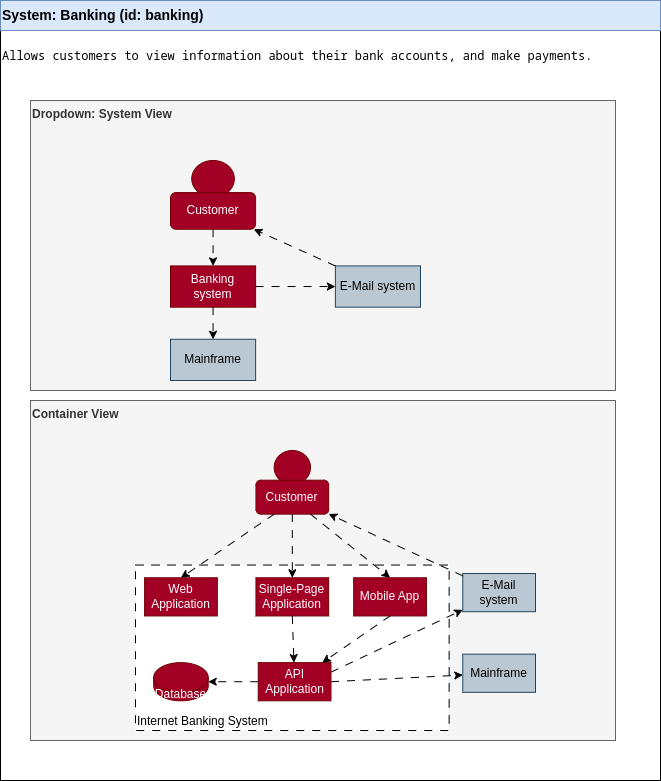
Earlier version of the draw.io export need_system_banking.drawio.png (useblocks/sphinx-c4). Source tidied: cells renumbered, new cells last; positions are measured from the earlier drawing's top-left corner, leaving out a move shared by most shapes. Its diagram source:
```xml
<mxGraphModel>
  <root>
    <mxCell id="0" />
    <mxCell id="1" parent="0" />
    <mxCell id="2" value="&lt;pre&gt;Allows customers to view information about their bank accounts, and make payments.&lt;/pre&gt;" style="rounded=0;whiteSpace=wrap;html=1;align=left;verticalAlign=top;" parent="1" vertex="1">
      <mxGeometry y="30" width="660" height="750" as="geometry" />
    </mxCell>
    <mxCell id="3" value="Container View" style="rounded=0;whiteSpace=wrap;html=1;align=left;fillColor=#f5f5f5;fontColor=#333333;strokeColor=#666666;verticalAlign=top;fontStyle=1;" parent="1" vertex="1">
      <mxGeometry x="30" y="400" width="585" height="340" as="geometry" />
    </mxCell>
    <mxCell id="4" style="group;" parent="1" vertex="1">
      <mxGeometry x="135" y="450" width="400" height="280" as="geometry" />
    </mxCell>
    <mxCell id="5" value="Internet Banking System" style="rounded=0;whiteSpace=wrap;html=1;dashed=1;dashPattern=8 8;align=left;verticalAlign=bottom;" parent="4" vertex="1">
      <mxGeometry y="114.5" width="313.6" height="165.5" as="geometry" />
    </mxCell>
    <mxCell id="6" style="ellipse;whiteSpace=wrap;html=1;fillColor=#a20025;fontColor=#ffffff;strokeColor=#6F0000;" parent="4" vertex="1">
      <mxGeometry x="138.6" width="36.4" height="33.9" as="geometry" />
    </mxCell>
    <mxCell id="7" value="E-Mail system" style="rounded=0;whiteSpace=wrap;html=1;fillColor=#bac8d3;strokeColor=#23445d;" parent="4" vertex="1">
      <mxGeometry x="327.3" y="123" width="72.7" height="38.2" as="geometry" />
    </mxCell>
    <mxCell id="8" value="Mainframe" style="rounded=0;whiteSpace=wrap;html=1;fillColor=#bac8d3;strokeColor=#23445d;" parent="4" vertex="1">
      <mxGeometry x="327.3" y="203.6" width="72.7" height="38.2" as="geometry" />
    </mxCell>
    <mxCell id="9" value="Customer" style="rounded=1;whiteSpace=wrap;html=1;fillColor=#a20025;fontColor=#ffffff;strokeColor=#6F0000;" parent="4" vertex="1">
      <mxGeometry x="120.5" y="29.7" width="72.7" height="33.9" as="geometry" />
    </mxCell>
    <mxCell id="10" style="edgeStyle=none;html=1;dashed=1;dashPattern=8 8;" parent="4" edge="1" source="7" target="9">
      <mxGeometry relative="1" as="geometry" />
    </mxCell>
    <mxCell id="11" value="Web Application" style="rounded=0;whiteSpace=wrap;html=1;fillColor=#a20025;fontColor=#ffffff;strokeColor=#6F0000;" parent="4" vertex="1">
      <mxGeometry x="9.1" y="127.3" width="72.7" height="38.2" as="geometry" />
    </mxCell>
    <mxCell id="12" style="edgeStyle=none;html=1;exitX=0.25;exitY=1;exitDx=0;exitDy=0;entryX=0.5;entryY=0;entryDx=0;entryDy=0;dashed=1;dashPattern=8 8;" parent="4" edge="1" source="9" target="11">
      <mxGeometry relative="1" as="geometry" />
    </mxCell>
    <mxCell id="13" value="Single-Page Application" style="rounded=0;whiteSpace=wrap;html=1;fillColor=#a20025;fontColor=#ffffff;strokeColor=#6F0000;" parent="4" vertex="1">
      <mxGeometry x="120.5" y="127.3" width="72.7" height="38.2" as="geometry" />
    </mxCell>
    <mxCell id="14" style="edgeStyle=none;html=1;exitX=0.5;exitY=1;exitDx=0;exitDy=0;entryX=0.5;entryY=0;entryDx=0;entryDy=0;dashed=1;dashPattern=8 8;" parent="4" edge="1" source="9" target="13">
      <mxGeometry relative="1" as="geometry" />
    </mxCell>
    <mxCell id="15" value="Mobile App" style="rounded=0;whiteSpace=wrap;html=1;fillColor=#a20025;fontColor=#ffffff;strokeColor=#6F0000;" parent="4" vertex="1">
      <mxGeometry x="218.2" y="127.3" width="72.7" height="38.2" as="geometry" />
    </mxCell>
    <mxCell id="16" style="edgeStyle=none;html=1;exitX=0.75;exitY=1;exitDx=0;exitDy=0;entryX=0.5;entryY=0;entryDx=0;entryDy=0;dashed=1;dashPattern=8 8;" parent="4" edge="1" source="9" target="15">
      <mxGeometry relative="1" as="geometry" />
    </mxCell>
    <mxCell id="17" style="edgeStyle=none;html=1;exitX=1;exitY=0.25;exitDx=0;exitDy=0;dashed=1;dashPattern=8 8;" parent="4" edge="1" source="19" target="7">
      <mxGeometry relative="1" as="geometry" />
    </mxCell>
    <mxCell id="18" style="edgeStyle=none;html=1;exitX=1;exitY=0.5;exitDx=0;exitDy=0;dashed=1;dashPattern=8 8;" parent="4" edge="1" source="19" target="8">
      <mxGeometry relative="1" as="geometry" />
    </mxCell>
    <mxCell id="19" value="API Application" style="rounded=0;whiteSpace=wrap;html=1;fillColor=#a20025;fontColor=#ffffff;strokeColor=#6F0000;" parent="4" vertex="1">
      <mxGeometry x="122.7" y="212.1" width="72.7" height="38.2" as="geometry" />
    </mxCell>
    <mxCell id="20" style="edgeStyle=none;html=1;exitX=0.5;exitY=1;exitDx=0;exitDy=0;dashed=1;dashPattern=8 8;" parent="4" edge="1" source="13" target="19">
      <mxGeometry relative="1" as="geometry" />
    </mxCell>
    <mxCell id="21" style="edgeStyle=none;html=1;exitX=0.5;exitY=1;exitDx=0;exitDy=0;dashed=1;dashPattern=8 8;" parent="4" edge="1" source="15" target="19">
      <mxGeometry relative="1" as="geometry" />
    </mxCell>
    <mxCell id="22" value="Database" style="shape=cylinder3;whiteSpace=wrap;html=1;boundedLbl=1;backgroundOutline=1;size=15;fillColor=#a20025;fontColor=#ffffff;strokeColor=#6F0000;" parent="4" vertex="1">
      <mxGeometry x="18.2" y="212.1" width="54.5" height="38.2" as="geometry" />
    </mxCell>
    <mxCell id="23" style="edgeStyle=none;html=1;dashed=1;dashPattern=8 8;" parent="4" edge="1" source="19" target="22">
      <mxGeometry relative="1" as="geometry" />
    </mxCell>
    <mxCell id="24" value="System: Banking (id: banking)" style="rounded=0;whiteSpace=wrap;html=1;align=left;fontStyle=1;fontSize=14;fillColor=#dae8fc;strokeColor=#6c8ebf;" parent="1" vertex="1">
      <mxGeometry width="660" height="30" as="geometry" />
    </mxCell>
    <mxCell id="25" value="Dropdown: System View" style="rounded=0;whiteSpace=wrap;html=1;align=left;verticalAlign=top;fillColor=#f5f5f5;fontColor=#333333;strokeColor=#666666;fontStyle=1;" parent="1" vertex="1">
      <mxGeometry x="30" y="100" width="585" height="290" as="geometry" />
    </mxCell>
    <mxCell id="26" style="group;" parent="1" vertex="1">
      <mxGeometry x="170" y="160" width="250" height="220" as="geometry" />
    </mxCell>
    <mxCell id="27" style="ellipse;whiteSpace=wrap;html=1;fillColor=#a20025;fontColor=#ffffff;strokeColor=#6F0000;" parent="26" vertex="1">
      <mxGeometry x="21.3" width="42.6" height="36.7" as="geometry" />
    </mxCell>
    <mxCell id="28" value="Banking system" style="rounded=0;whiteSpace=wrap;html=1;fillColor=#a20025;fontColor=#ffffff;strokeColor=#6F0000;" parent="26" vertex="1">
      <mxGeometry y="105.4" width="85.1" height="41.2" as="geometry" />
    </mxCell>
    <mxCell id="29" value="E-Mail system" style="rounded=0;whiteSpace=wrap;html=1;fillColor=#bac8d3;strokeColor=#23445d;" parent="26" vertex="1">
      <mxGeometry x="164.9" y="105.4" width="85.1" height="41.2" as="geometry" />
    </mxCell>
    <mxCell id="30" style="edgeStyle=none;html=1;exitX=1;exitY=0.5;exitDx=0;exitDy=0;dashed=1;dashPattern=8 8;" parent="26" edge="1" source="28" target="29">
      <mxGeometry relative="1" as="geometry" />
    </mxCell>
    <mxCell id="31" value="Mainframe" style="rounded=0;whiteSpace=wrap;html=1;fillColor=#bac8d3;strokeColor=#23445d;" parent="26" vertex="1">
      <mxGeometry y="178.8" width="85.1" height="41.2" as="geometry" />
    </mxCell>
    <mxCell id="32" style="edgeStyle=none;html=1;exitX=0.5;exitY=1;exitDx=0;exitDy=0;dashed=1;dashPattern=8 8;" parent="26" edge="1" source="28" target="31">
      <mxGeometry relative="1" as="geometry" />
    </mxCell>
    <mxCell id="33" style="edgeStyle=none;html=1;exitX=0.5;exitY=1;exitDx=0;exitDy=0;entryX=0.5;entryY=0;entryDx=0;entryDy=0;dashed=1;dashPattern=8 8;" parent="26" edge="1" source="34" target="28">
      <mxGeometry relative="1" as="geometry" />
    </mxCell>
    <mxCell id="34" value="Customer" style="rounded=1;whiteSpace=wrap;html=1;fillColor=#a20025;fontColor=#ffffff;strokeColor=#6F0000;" parent="26" vertex="1">
      <mxGeometry y="32.1" width="85.1" height="36.7" as="geometry" />
    </mxCell>
    <mxCell id="35" style="edgeStyle=none;html=1;exitX=0;exitY=0;exitDx=0;exitDy=0;dashed=1;dashPattern=8 8;" parent="26" edge="1" source="29" target="34">
      <mxGeometry relative="1" as="geometry" />
    </mxCell>
  </root>
</mxGraphModel>
```
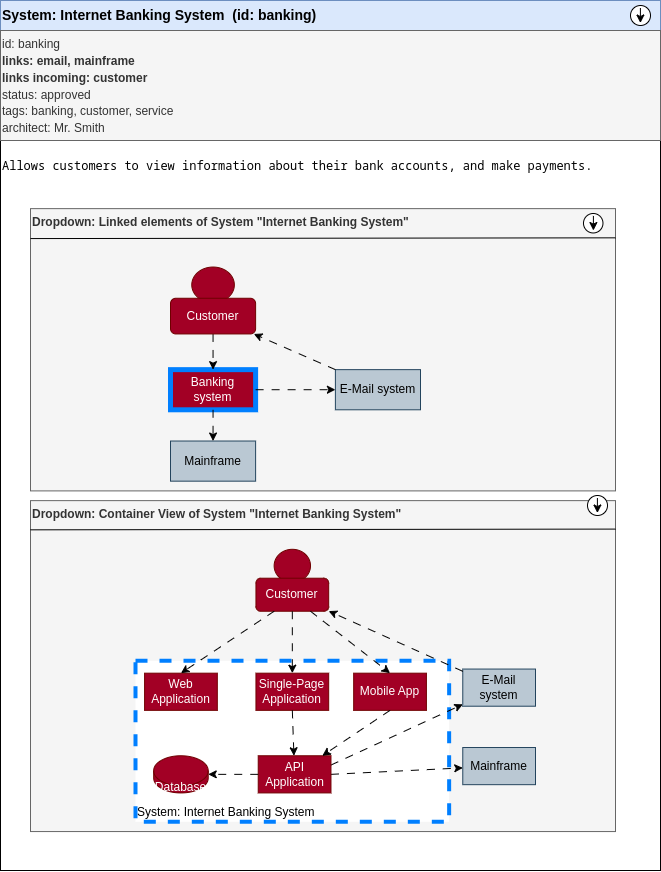
Above is the later version.

Commit message:
container added and challenges

Change to the diagram source:
```diff
@@ -2,47 +2,53 @@
   <root>
     <mxCell id="0" />
     <mxCell id="1" parent="0" />
+    <mxCell id="24" value="System: Internet Banking System&amp;nbsp; (id: banking)" style="rounded=0;whiteSpace=wrap;html=1;align=left;fontStyle=1;fontSize=14;fillColor=#dae8fc;strokeColor=#6c8ebf;" parent="1" vertex="1">
+      <mxGeometry width="660" height="30" as="geometry" />
+    </mxCell>
+    <mxCell id="36" style="group;" parent="1" vertex="1">
+      <mxGeometry y="140" width="660" height="730" as="geometry" />
+    </mxCell>
-    <mxCell id="2" value="&lt;pre&gt;Allows customers to view information about their bank accounts, and make payments.&lt;/pre&gt;" style="rounded=0;whiteSpace=wrap;html=1;align=left;verticalAlign=top;" parent="1" vertex="1">
-      <mxGeometry y="30" width="660" height="750" as="geometry" />
+    <mxCell id="2" value="&lt;pre&gt;Allows customers to view information about their bank accounts, and make payments.&lt;/pre&gt;" style="rounded=0;whiteSpace=wrap;html=1;align=left;verticalAlign=top;" parent="36" vertex="1">
+      <mxGeometry width="660" height="730" as="geometry" />
     </mxCell>
-    <mxCell id="3" value="Container View" style="rounded=0;whiteSpace=wrap;html=1;align=left;fillColor=#f5f5f5;fontColor=#333333;strokeColor=#666666;verticalAlign=top;fontStyle=1;" parent="1" vertex="1">
-      <mxGeometry x="30" y="400" width="585" height="340" as="geometry" />
+    <mxCell id="3" value="Dropdown: Container View of System &quot;Internet Banking System&quot;" style="rounded=0;whiteSpace=wrap;html=1;align=left;fillColor=#f5f5f5;fontColor=#333333;strokeColor=#666666;verticalAlign=top;fontStyle=1;" parent="36" vertex="1">
+      <mxGeometry x="30" y="360.1" width="585" height="330.9" as="geometry" />
     </mxCell>
-    <mxCell id="4" style="group;" parent="1" vertex="1">
-      <mxGeometry x="135" y="450" width="400" height="280" as="geometry" />
+    <mxCell id="4" style="group;" parent="36" vertex="1">
+      <mxGeometry x="135" y="408.8" width="400" height="272.5" as="geometry" />
     </mxCell>
-    <mxCell id="5" value="Internet Banking System" style="rounded=0;whiteSpace=wrap;html=1;dashed=1;dashPattern=8 8;align=left;verticalAlign=bottom;" parent="4" vertex="1">
-      <mxGeometry y="114.5" width="313.6" height="165.5" as="geometry" />
+    <mxCell id="5" value="System: Internet Banking System" style="rounded=0;whiteSpace=wrap;html=1;dashed=1;align=left;verticalAlign=bottom;strokeColor=#007FFF;strokeWidth=4;" parent="4" vertex="1">
+      <mxGeometry y="111.5" width="313.6" height="161" as="geometry" />
     </mxCell>
     <mxCell id="6" style="ellipse;whiteSpace=wrap;html=1;fillColor=#a20025;fontColor=#ffffff;strokeColor=#6F0000;" parent="4" vertex="1">
-      <mxGeometry x="138.6" width="36.4" height="33.9" as="geometry" />
+      <mxGeometry x="138.6" width="36.4" height="33" as="geometry" />
     </mxCell>
     <mxCell id="7" value="E-Mail system" style="rounded=0;whiteSpace=wrap;html=1;fillColor=#bac8d3;strokeColor=#23445d;" parent="4" vertex="1">
-      <mxGeometry x="327.3" y="123" width="72.7" height="38.2" as="geometry" />
+      <mxGeometry x="327.3" y="119.7" width="72.7" height="37.2" as="geometry" />
     </mxCell>
     <mxCell id="8" value="Mainframe" style="rounded=0;whiteSpace=wrap;html=1;fillColor=#bac8d3;strokeColor=#23445d;" parent="4" vertex="1">
-      <mxGeometry x="327.3" y="203.6" width="72.7" height="38.2" as="geometry" />
+      <mxGeometry x="327.3" y="198.2" width="72.7" height="37.2" as="geometry" />
     </mxCell>
     <mxCell id="9" value="Customer" style="rounded=1;whiteSpace=wrap;html=1;fillColor=#a20025;fontColor=#ffffff;strokeColor=#6F0000;" parent="4" vertex="1">
-      <mxGeometry x="120.5" y="29.7" width="72.7" height="33.9" as="geometry" />
+      <mxGeometry x="120.5" y="28.9" width="72.7" height="33" as="geometry" />
     </mxCell>
     <mxCell id="10" style="edgeStyle=none;html=1;dashed=1;dashPattern=8 8;" parent="4" edge="1" source="7" target="9">
       <mxGeometry relative="1" as="geometry" />
     </mxCell>
     <mxCell id="11" value="Web Application" style="rounded=0;whiteSpace=wrap;html=1;fillColor=#a20025;fontColor=#ffffff;strokeColor=#6F0000;" parent="4" vertex="1">
-      <mxGeometry x="9.1" y="127.3" width="72.7" height="38.2" as="geometry" />
+      <mxGeometry x="9.1" y="123.9" width="72.7" height="37.2" as="geometry" />
     </mxCell>
     <mxCell id="12" style="edgeStyle=none;html=1;exitX=0.25;exitY=1;exitDx=0;exitDy=0;entryX=0.5;entryY=0;entryDx=0;entryDy=0;dashed=1;dashPattern=8 8;" parent="4" edge="1" source="9" target="11">
       <mxGeometry relative="1" as="geometry" />
     </mxCell>
     <mxCell id="13" value="Single-Page Application" style="rounded=0;whiteSpace=wrap;html=1;fillColor=#a20025;fontColor=#ffffff;strokeColor=#6F0000;" parent="4" vertex="1">
-      <mxGeometry x="120.5" y="127.3" width="72.7" height="38.2" as="geometry" />
+      <mxGeometry x="120.5" y="123.9" width="72.7" height="37.2" as="geometry" />
     </mxCell>
     <mxCell id="14" style="edgeStyle=none;html=1;exitX=0.5;exitY=1;exitDx=0;exitDy=0;entryX=0.5;entryY=0;entryDx=0;entryDy=0;dashed=1;dashPattern=8 8;" parent="4" edge="1" source="9" target="13">
       <mxGeometry relative="1" as="geometry" />
     </mxCell>
     <mxCell id="15" value="Mobile App" style="rounded=0;whiteSpace=wrap;html=1;fillColor=#a20025;fontColor=#ffffff;strokeColor=#6F0000;" parent="4" vertex="1">
-      <mxGeometry x="218.2" y="127.3" width="72.7" height="38.2" as="geometry" />
+      <mxGeometry x="218.2" y="123.9" width="72.7" height="37.2" as="geometry" />
     </mxCell>
     <mxCell id="16" style="edgeStyle=none;html=1;exitX=0.75;exitY=1;exitDx=0;exitDy=0;entryX=0.5;entryY=0;entryDx=0;entryDy=0;dashed=1;dashPattern=8 8;" parent="4" edge="1" source="9" target="15">
       <mxGeometry relative="1" as="geometry" />
@@ -54,7 +60,7 @@
       <mxGeometry relative="1" as="geometry" />
     </mxCell>
     <mxCell id="19" value="API Application" style="rounded=0;whiteSpace=wrap;html=1;fillColor=#a20025;fontColor=#ffffff;strokeColor=#6F0000;" parent="4" vertex="1">
-      <mxGeometry x="122.7" y="212.1" width="72.7" height="38.2" as="geometry" />
+      <mxGeometry x="122.7" y="206.5" width="72.7" height="37.2" as="geometry" />
     </mxCell>
     <mxCell id="20" style="edgeStyle=none;html=1;exitX=0.5;exitY=1;exitDx=0;exitDy=0;dashed=1;dashPattern=8 8;" parent="4" edge="1" source="13" target="19">
       <mxGeometry relative="1" as="geometry" />
@@ -63,34 +69,31 @@
       <mxGeometry relative="1" as="geometry" />
     </mxCell>
     <mxCell id="22" value="Database" style="shape=cylinder3;whiteSpace=wrap;html=1;boundedLbl=1;backgroundOutline=1;size=15;fillColor=#a20025;fontColor=#ffffff;strokeColor=#6F0000;" parent="4" vertex="1">
-      <mxGeometry x="18.2" y="212.1" width="54.5" height="38.2" as="geometry" />
+      <mxGeometry x="18.2" y="206.5" width="54.5" height="37.2" as="geometry" />
     </mxCell>
     <mxCell id="23" style="edgeStyle=none;html=1;dashed=1;dashPattern=8 8;" parent="4" edge="1" source="19" target="22">
       <mxGeometry relative="1" as="geometry" />
     </mxCell>
-    <mxCell id="24" value="System: Banking (id: banking)" style="rounded=0;whiteSpace=wrap;html=1;align=left;fontStyle=1;fontSize=14;fillColor=#dae8fc;strokeColor=#6c8ebf;" parent="1" vertex="1">
-      <mxGeometry width="660" height="30" as="geometry" />
-    </mxCell>
-    <mxCell id="25" value="Dropdown: System View" style="rounded=0;whiteSpace=wrap;html=1;align=left;verticalAlign=top;fillColor=#f5f5f5;fontColor=#333333;strokeColor=#666666;fontStyle=1;" parent="1" vertex="1">
-      <mxGeometry x="30" y="100" width="585" height="290" as="geometry" />
+    <mxCell id="25" value="Dropdown: Linked elements of System &quot;Internet Banking System&quot;" style="rounded=0;whiteSpace=wrap;html=1;align=left;verticalAlign=top;fillColor=#f5f5f5;fontColor=#333333;strokeColor=#666666;fontStyle=1;" parent="36" vertex="1">
+      <mxGeometry x="30" y="68.1" width="585" height="282.3" as="geometry" />
     </mxCell>
-    <mxCell id="26" style="group;" parent="1" vertex="1">
-      <mxGeometry x="170" y="160" width="250" height="220" as="geometry" />
+    <mxCell id="26" style="group;" parent="36" vertex="1">
+      <mxGeometry x="170" y="126.5" width="250" height="214.1" as="geometry" />
     </mxCell>
     <mxCell id="27" style="ellipse;whiteSpace=wrap;html=1;fillColor=#a20025;fontColor=#ffffff;strokeColor=#6F0000;" parent="26" vertex="1">
-      <mxGeometry x="21.3" width="42.6" height="36.7" as="geometry" />
+      <mxGeometry x="21.3" width="42.6" height="35.7" as="geometry" />
     </mxCell>
-    <mxCell id="28" value="Banking system" style="rounded=0;whiteSpace=wrap;html=1;fillColor=#a20025;fontColor=#ffffff;strokeColor=#6F0000;" parent="26" vertex="1">
-      <mxGeometry y="105.4" width="85.1" height="41.2" as="geometry" />
+    <mxCell id="28" value="Banking system" style="rounded=0;whiteSpace=wrap;html=1;fillColor=#a20025;fontColor=#ffffff;strokeColor=#007FFF;strokeWidth=5;" parent="26" vertex="1">
+      <mxGeometry y="102.6" width="85.1" height="40.1" as="geometry" />
     </mxCell>
     <mxCell id="29" value="E-Mail system" style="rounded=0;whiteSpace=wrap;html=1;fillColor=#bac8d3;strokeColor=#23445d;" parent="26" vertex="1">
-      <mxGeometry x="164.9" y="105.4" width="85.1" height="41.2" as="geometry" />
+      <mxGeometry x="164.9" y="102.6" width="85.1" height="40.1" as="geometry" />
     </mxCell>
     <mxCell id="30" style="edgeStyle=none;html=1;exitX=1;exitY=0.5;exitDx=0;exitDy=0;dashed=1;dashPattern=8 8;" parent="26" edge="1" source="28" target="29">
       <mxGeometry relative="1" as="geometry" />
     </mxCell>
     <mxCell id="31" value="Mainframe" style="rounded=0;whiteSpace=wrap;html=1;fillColor=#bac8d3;strokeColor=#23445d;" parent="26" vertex="1">
-      <mxGeometry y="178.8" width="85.1" height="41.2" as="geometry" />
+      <mxGeometry y="174" width="85.1" height="40.1" as="geometry" />
     </mxCell>
     <mxCell id="32" style="edgeStyle=none;html=1;exitX=0.5;exitY=1;exitDx=0;exitDy=0;dashed=1;dashPattern=8 8;" parent="26" edge="1" source="28" target="31">
       <mxGeometry relative="1" as="geometry" />
@@ -99,10 +102,60 @@
       <mxGeometry relative="1" as="geometry" />
     </mxCell>
     <mxCell id="34" value="Customer" style="rounded=1;whiteSpace=wrap;html=1;fillColor=#a20025;fontColor=#ffffff;strokeColor=#6F0000;" parent="26" vertex="1">
-      <mxGeometry y="32.1" width="85.1" height="36.7" as="geometry" />
+      <mxGeometry y="31.2" width="85.1" height="35.7" as="geometry" />
     </mxCell>
     <mxCell id="35" style="edgeStyle=none;html=1;exitX=0;exitY=0;exitDx=0;exitDy=0;dashed=1;dashPattern=8 8;" parent="26" edge="1" source="29" target="34">
       <mxGeometry relative="1" as="geometry" />
     </mxCell>
+    <mxCell id="37" style="endArrow=none;html=1;fontSize=12;entryX=1;entryY=0.086;entryDx=0;entryDy=0;entryPerimeter=0;" parent="36" edge="1" target="3">
+      <mxGeometry relative="1" as="geometry">
+        <mxPoint x="30" y="389.3" as="sourcePoint" />
+      </mxGeometry>
+    </mxCell>
+    <mxCell id="38" style="endArrow=none;html=1;fontSize=12;entryX=1;entryY=0.086;entryDx=0;entryDy=0;entryPerimeter=0;" parent="36" edge="1">
+      <mxGeometry relative="1" as="geometry">
+        <mxPoint x="30" y="98.1" as="sourcePoint" />
+        <mxPoint x="615" y="97.3" as="targetPoint" />
+      </mxGeometry>
+    </mxCell>
+    <mxCell id="39" style="group;" parent="36" vertex="1">
+      <mxGeometry x="583" y="73" width="20" height="19.5" as="geometry" />
+    </mxCell>
+    <mxCell id="40" style="ellipse;whiteSpace=wrap;html=1;fontSize=12;" parent="39" vertex="1">
+      <mxGeometry width="19.5" height="19.5" as="geometry" />
+    </mxCell>
+    <mxCell id="41" style="endArrow=classic;html=1;fontSize=12;" parent="39" edge="1">
+      <mxGeometry relative="1" as="geometry">
+        <mxPoint x="9.9" y="2.4" as="sourcePoint" />
+        <mxPoint x="9.9" y="17" as="targetPoint" />
+      </mxGeometry>
+    </mxCell>
+    <mxCell id="42" value="&lt;span style=&quot;font-size: 12px;&quot;&gt;&lt;span style=&quot;font-weight: 400;&quot;&gt;id: banking&lt;/span&gt;&lt;br&gt;links: email, mainframe&lt;br&gt;links incoming: customer&lt;br&gt;&lt;span style=&quot;font-weight: 400;&quot;&gt;status: approved&lt;/span&gt;&lt;br&gt;&lt;span style=&quot;font-weight: 400;&quot;&gt;tags: banking, customer, service&lt;/span&gt;&lt;br&gt;&lt;span style=&quot;font-weight: 400;&quot;&gt;architect: Mr. Smith&lt;/span&gt;&lt;br&gt;&lt;/span&gt;" style="rounded=0;whiteSpace=wrap;html=1;align=left;fontStyle=1;fontSize=14;fillColor=#f5f5f5;fontColor=#333333;strokeColor=#666666;" parent="1" vertex="1">
+      <mxGeometry y="30" width="660" height="110" as="geometry" />
+    </mxCell>
+    <mxCell id="43" style="group;" parent="1" vertex="1">
+      <mxGeometry x="630" y="5" width="20" height="20" as="geometry" />
+    </mxCell>
+    <mxCell id="44" style="ellipse;whiteSpace=wrap;html=1;fontSize=12;" parent="43" vertex="1">
+      <mxGeometry width="20" height="20" as="geometry" />
+    </mxCell>
+    <mxCell id="45" style="endArrow=classic;html=1;fontSize=12;" parent="43" edge="1">
+      <mxGeometry relative="1" as="geometry">
+        <mxPoint x="9.9" y="2.5" as="sourcePoint" />
+        <mxPoint x="9.9" y="17.5" as="targetPoint" />
+      </mxGeometry>
+    </mxCell>
+    <mxCell id="46" style="group;" parent="1" vertex="1">
+      <mxGeometry x="587" y="495" width="20" height="20" as="geometry" />
+    </mxCell>
+    <mxCell id="47" style="ellipse;whiteSpace=wrap;html=1;fontSize=12;" parent="46" vertex="1">
+      <mxGeometry width="20" height="20" as="geometry" />
+    </mxCell>
+    <mxCell id="48" style="endArrow=classic;html=1;fontSize=12;" parent="46" edge="1">
+      <mxGeometry relative="1" as="geometry">
+        <mxPoint x="9.9" y="2.5" as="sourcePoint" />
+        <mxPoint x="9.9" y="17.5" as="targetPoint" />
+      </mxGeometry>
+    </mxCell>
   </root>
 </mxGraphModel>
```
